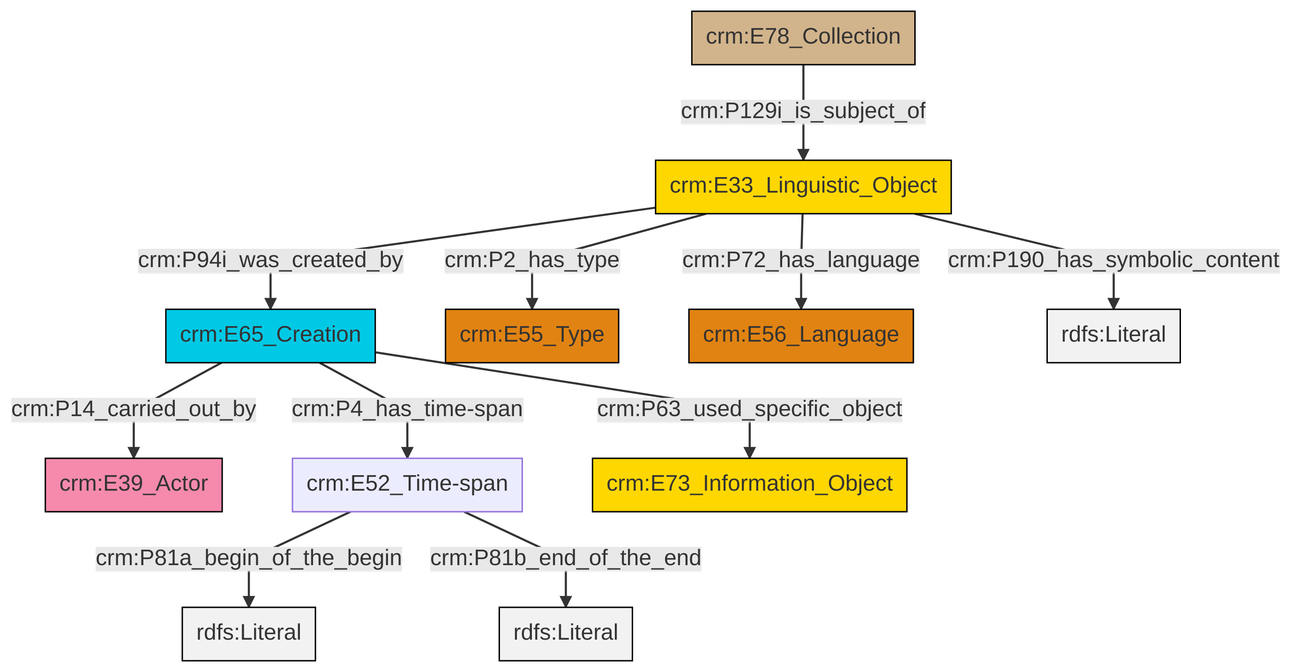
Before: et/archivalCSV/ttl/mmd/png/archival_desc.png, a diagram exported from Mermaid (swiss-art-research-net/docs.swissartresearch). Its source is kept beside it as et/archivalCSV/ttl/mmd/archival_desc.ttl.mmd.
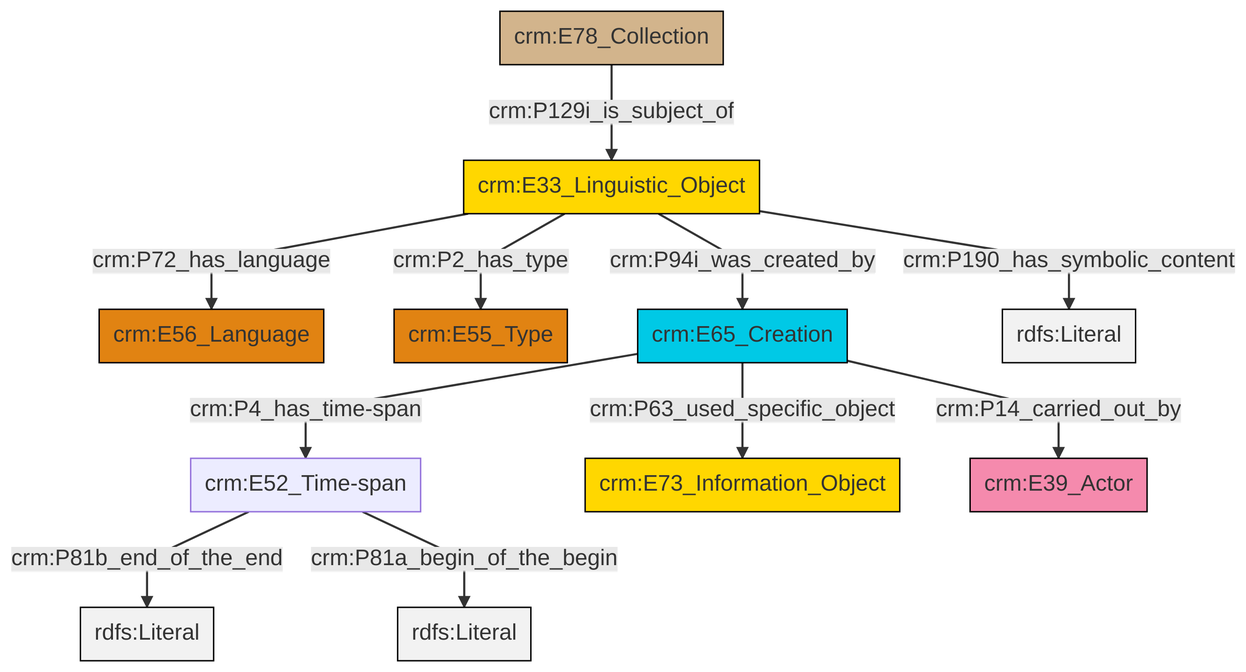
The same diagram one commit later.

Diff of the diagram source:
```diff
@@ -13,13 +13,13 @@
 classDef PC_Classes fill:#4ce600, stroke:#000000;
 classDef Multi fill:#cccccc,stroke:#000000;
 
-0["crm:E65_Creation"]:::Temporal_Entity -->|crm:P14_carried_out_by| 1["crm:E39_Actor"]:::Actor
-2["crm:E33_Linguistic_Object"]:::Conceptual_Object -->|crm:P2_has_type| 3["crm:E55_Type"]:::Type
-0["crm:E65_Creation"]:::Temporal_Entity -->|crm:P4_has_time-span| 4["crm:E52_Time-span"]:::Default
-4["crm:E52_Time-span"]:::Default -->|crm:P81a_begin_of_the_begin| 7[rdfs:Literal]:::Literal
-2["crm:E33_Linguistic_Object"]:::Conceptual_Object -->|crm:P72_has_language| 8["crm:E56_Language"]:::Type
-2["crm:E33_Linguistic_Object"]:::Conceptual_Object -->|crm:P94i_was_created_by| 0["crm:E65_Creation"]:::Temporal_Entity
-0["crm:E65_Creation"]:::Temporal_Entity -->|crm:P63_used_specific_object| 15["crm:E73_Information_Object"]:::Conceptual_Object
-4["crm:E52_Time-span"]:::Default -->|crm:P81b_end_of_the_end| 16[rdfs:Literal]:::Literal
-2["crm:E33_Linguistic_Object"]:::Conceptual_Object -->|crm:P190_has_symbolic_content| 17[rdfs:Literal]:::Literal
-10["crm:E78_Collection"]:::Physical_Thing -->|crm:P129i_is_subject_of| 2["crm:E33_Linguistic_Object"]:::Conceptual_Object
+0["crm:E52_Time-span"]:::Default -->|crm:P81b_end_of_the_end| 1[rdfs:Literal]:::Literal
+2["crm:E33_Linguistic_Object"]:::Conceptual_Object -->|crm:P72_has_language| 3["crm:E56_Language"]:::Type
+2["crm:E33_Linguistic_Object"]:::Conceptual_Object -->|crm:P2_has_type| 7["crm:E55_Type"]:::Type
+8["crm:E65_Creation"]:::Temporal_Entity -->|crm:P4_has_time-span| 0["crm:E52_Time-span"]:::Default
+0["crm:E52_Time-span"]:::Default -->|crm:P81a_begin_of_the_begin| 17[rdfs:Literal]:::Literal
+8["crm:E65_Creation"]:::Temporal_Entity -->|crm:P14_carried_out_by| 11["crm:E39_Actor"]:::Actor
+2["crm:E33_Linguistic_Object"]:::Conceptual_Object -->|crm:P94i_was_created_by| 8["crm:E65_Creation"]:::Temporal_Entity
+8["crm:E65_Creation"]:::Temporal_Entity -->|crm:P63_used_specific_object| 4["crm:E73_Information_Object"]:::Conceptual_Object
+2["crm:E33_Linguistic_Object"]:::Conceptual_Object -->|crm:P190_has_symbolic_content| 18[rdfs:Literal]:::Literal
+15["crm:E78_Collection"]:::Physical_Thing -->|crm:P129i_is_subject_of| 2["crm:E33_Linguistic_Object"]:::Conceptual_Object
```
